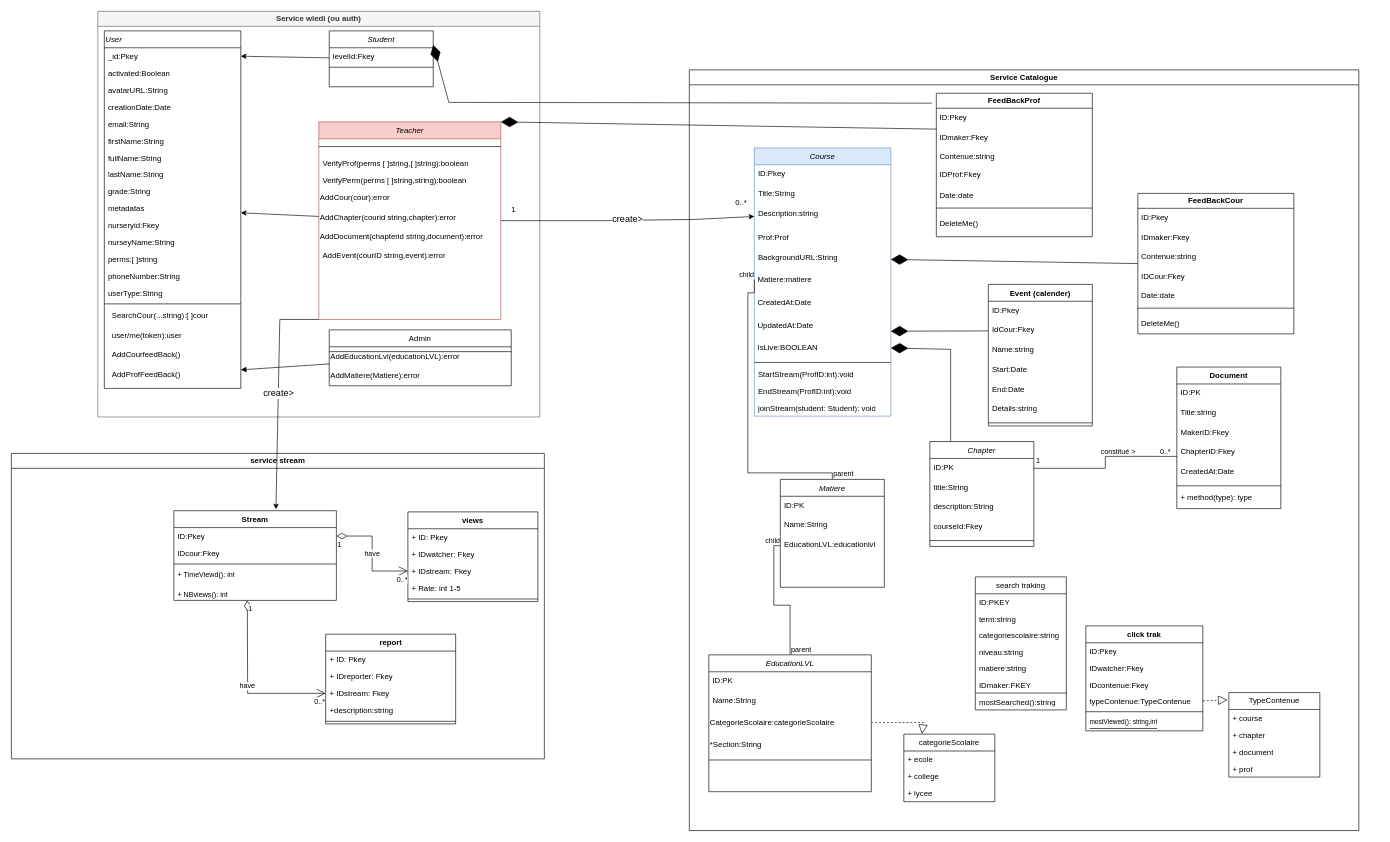
faresUnderScore999/test1.0 keeps this draw.io diagram as catalog.drawio. Above is the earlier version. Source tidied: cells renumbered, new cells numbered last; positions are measured from the earlier drawing's top-left corner, leaving out a move shared by most shapes. Both pictures are drawn from the tidied source at 65%, with x=0, y=0 at pixel (11, 11).
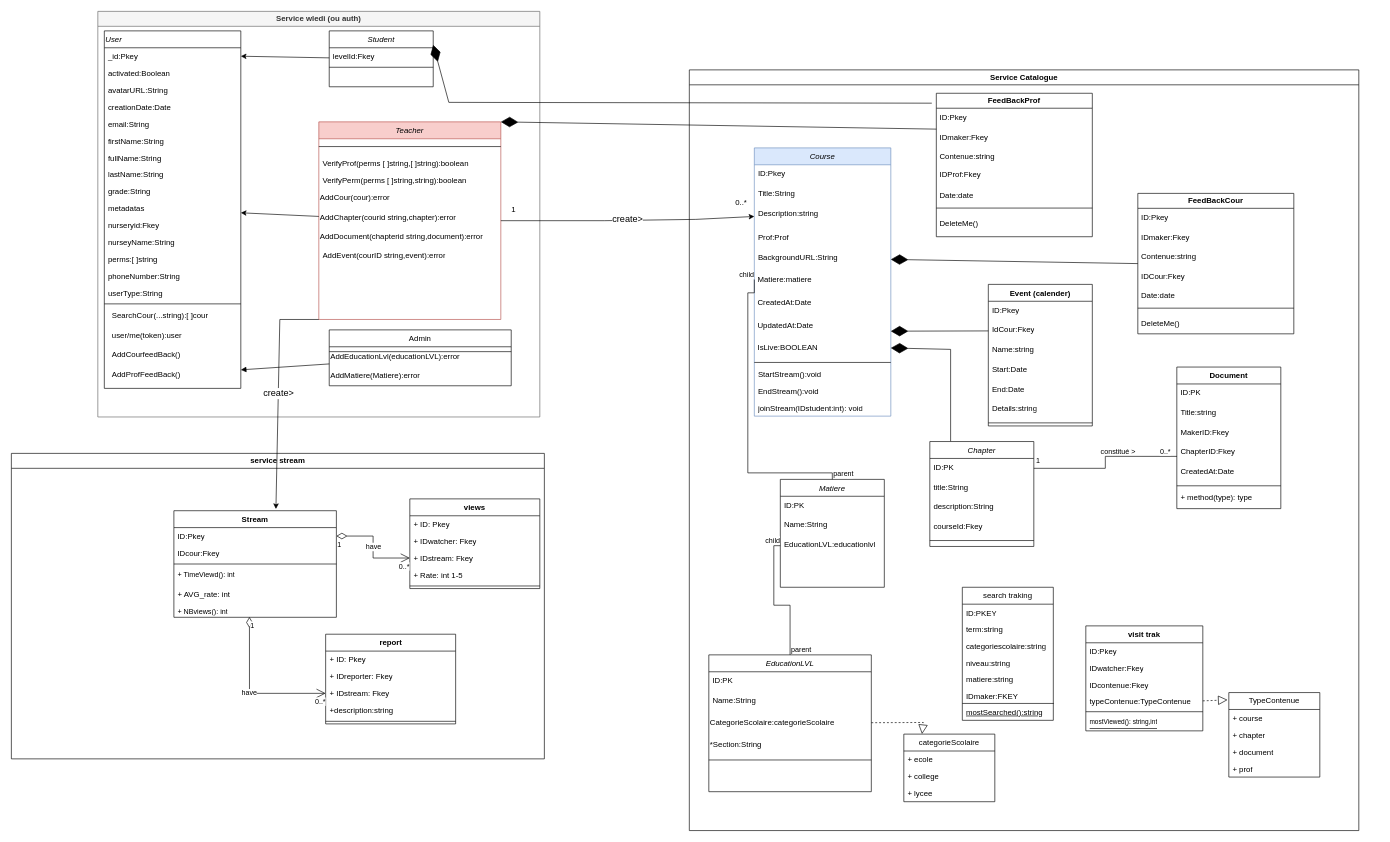
After the change.

Commit message (it also covers changes not shown here):
Mettre à jour catalog.drawio

The change refers to these unchanged cells:
```xml
<mxCell id="44" value="Service Catalogue" style="swimlane;whiteSpace=wrap;html=1;" parent="43" vertex="1">
  <mxGeometry x="-10" width="1030" height="1170.3" as="geometry" />
</mxCell>
<mxCell id="51" value="Course" style="swimlane;fontStyle=2;align=center;verticalAlign=top;horizontal=1;startSize=26;rounded=0;shadow=0;strokeWidth=1;fillColor=#dae8fc;strokeColor=#6c8ebf;" parent="44" vertex="1">
  <mxGeometry x="100" y="120" width="210" height="412.7" as="geometry" />
</mxCell>
<mxCell id="154" value="service stream" style="swimlane;whiteSpace=wrap;html=1;" parent="1" vertex="1">
  <mxGeometry y="680" width="820" height="470" as="geometry" />
</mxCell>
<mxCell id="173" value="+ IDstream: Fkey" style="text;strokeColor=none;fillColor=none;align=left;verticalAlign=top;spacingLeft=4;spacingRight=4;overflow=hidden;points=[[0,0.5],[1,0.5]];portConstraint=eastwest;whiteSpace=wrap;html=1;" parent="170" vertex="1">
  <mxGeometry y="78" width="200" height="26" as="geometry" />
</mxCell>
```

The edit, as a diff of the source:
```diff
@@
-    <mxCell id="62" value="StartStream(ProfID:int):void" style="text;strokeColor=none;fillColor=none;align=left;verticalAlign=top;spacingLeft=4;spacingRight=4;overflow=hidden;whiteSpace=wrap;html=1;" parent="51" vertex="1">
+    <mxCell id="62" value="StartStream():void" style="text;strokeColor=none;fillColor=none;align=left;verticalAlign=top;spacingLeft=4;spacingRight=4;overflow=hidden;whiteSpace=wrap;html=1;" parent="51" vertex="1">
       <mxGeometry y="334.7" width="210" height="26" as="geometry" />
     </mxCell>
-    <mxCell id="63" value="EndStream(ProfID:int):void" style="text;strokeColor=none;fillColor=none;align=left;verticalAlign=top;spacingLeft=4;spacingRight=4;overflow=hidden;whiteSpace=wrap;html=1;" parent="51" vertex="1">
+    <mxCell id="63" value="EndStream():void" style="text;strokeColor=none;fillColor=none;align=left;verticalAlign=top;spacingLeft=4;spacingRight=4;overflow=hidden;whiteSpace=wrap;html=1;" parent="51" vertex="1">
       <mxGeometry y="360.7" width="210" height="26" as="geometry" />
     </mxCell>
-    <mxCell id="64" value="joinStream(student: Student): void" style="text;strokeColor=none;fillColor=none;align=left;verticalAlign=top;spacingLeft=4;spacingRight=4;overflow=hidden;whiteSpace=wrap;html=1;" parent="51" vertex="1">
+    <mxCell id="64" value="joinStream(IDstudent:int): void" style="text;strokeColor=none;fillColor=none;align=left;verticalAlign=top;spacingLeft=4;spacingRight=4;overflow=hidden;whiteSpace=wrap;html=1;" parent="51" vertex="1">
       <mxGeometry y="386.7" width="210" height="26" as="geometry" />
     </mxCell>
@@
     <mxCell id="115" value="search traking" style="swimlane;fontStyle=0;horizontal=1;startSize=26;fillColor=none;whiteSpace=wrap;html=1;" parent="44" vertex="1">
-      <mxGeometry x="440" y="780" width="140" height="204.7" as="geometry" />
+      <mxGeometry x="420" y="796" width="140" height="204.7" as="geometry" />
     </mxCell>
@@
-    <mxCell id="122" value="mostSearched():string" style="text;strokeColor=none;fillColor=none;align=left;verticalAlign=top;spacingLeft=4;spacingRight=4;overflow=hidden;points=[[0,0.5],[1,0.5]];portConstraint=eastwest;whiteSpace=wrap;html=1;" parent="115" vertex="1">
+    <mxCell id="122" value="mostSearched():string" style="text;strokeColor=none;fillColor=none;align=left;verticalAlign=top;spacingLeft=4;spacingRight=4;overflow=hidden;points=[[0,0.5],[1,0.5]];portConstraint=eastwest;whiteSpace=wrap;html=1;fontStyle=4;" parent="115" vertex="1">
       <mxGeometry y="179.2" width="140" height="25.5" as="geometry" />
     </mxCell>
@@
-    <mxCell id="124" value="click trak" style="swimlane;fontStyle=1;align=center;verticalAlign=top;horizontal=1;startSize=26;whiteSpace=wrap;html=1;" parent="44" vertex="1">
+    <mxCell id="124" value="visit trak" style="swimlane;fontStyle=1;align=center;verticalAlign=top;horizontal=1;startSize=26;whiteSpace=wrap;html=1;" parent="44" vertex="1">
       <mxGeometry x="610" y="855.4" width="180" height="161.5" as="geometry" />
     </mxCell>
@@
     <mxCell id="155" value="Stream" style="swimlane;fontStyle=1;align=center;verticalAlign=top;horizontal=1;startSize=26;whiteSpace=wrap;html=1;" parent="154" vertex="1">
-      <mxGeometry x="250" y="88.2" width="250" height="138" as="geometry" />
+      <mxGeometry x="250" y="88.2" width="250" height="164" as="geometry" />
     </mxCell>
@@
+    <mxCell id="183" value="+ AVG_rate: int&amp;nbsp;" style="text;strokeColor=none;fillColor=none;align=left;verticalAlign=top;spacingLeft=4;spacingRight=4;overflow=hidden;whiteSpace=wrap;html=1;" parent="155" vertex="1">
+      <mxGeometry y="116" width="250" height="26" as="geometry" />
+    </mxCell>
     <mxCell id="160" value="&lt;div style=&quot;font-size: 11px;&quot;&gt;+ NBviews(): int&lt;/div&gt;" style="text;strokeColor=none;fillColor=none;align=left;verticalAlign=top;spacingLeft=4;spacingRight=4;overflow=hidden;points=[[0,0.5],[1,0.5]];portConstraint=eastwest;whiteSpace=wrap;html=1;fontStyle=0;" parent="155" vertex="1">
-      <mxGeometry y="116" width="250" height="22" as="geometry" />
+      <mxGeometry y="142" width="250" height="22" as="geometry" />
     </mxCell>
     <mxCell id="161" value="views" style="swimlane;fontStyle=1;align=center;verticalAlign=top;horizontal=1;startSize=26;whiteSpace=wrap;html=1;" parent="154" vertex="1">
-      <mxGeometry x="610" y="90" width="200" height="138" as="geometry" />
+      <mxGeometry x="613" y="70" width="200" height="138" as="geometry" />
     </mxCell>
@@
-    <mxCell id="176" value="have" style="endArrow=open;html=1;endSize=12;startArrow=diamondThin;startSize=14;startFill=0;edgeStyle=orthogonalEdgeStyle;rounded=0;entryX=0;entryY=0.5;entryDx=0;entryDy=0;exitX=0.61;exitY=1.083;exitDx=0;exitDy=0;exitPerimeter=0;" parent="154" edge="1" target="173">
-      <mxGeometry relative="1" as="geometry">
-        <mxPoint x="363" y="226.2" as="sourcePoint" />
-      </mxGeometry>
+    <mxCell id="176" value="have" style="endArrow=open;html=1;endSize=12;startArrow=diamondThin;startSize=14;startFill=0;edgeStyle=orthogonalEdgeStyle;rounded=0;entryX=0;entryY=0.5;entryDx=0;entryDy=0;exitX=0.465;exitY=0.975;exitDx=0;exitDy=0;exitPerimeter=0;" parent="154" edge="1" source="160" target="173">
+      <mxGeometry relative="1" as="geometry" />
     </mxCell>
```
